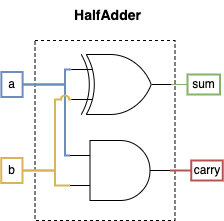
Before: course1/project2/diagrams/halfadder.png, a diagram exported from draw.io (pwbrown/nand2tetris). Source tidied: cells renumbered, new cells last; positions are measured from the earlier drawing's top-left corner, leaving out a move shared by most shapes. Its diagram source:
```xml
<mxGraphModel>
  <root>
    <mxCell id="0" />
    <mxCell id="1" parent="0" />
    <mxCell id="2" value="&lt;font style=&quot;font-size: 14px;&quot;&gt;&lt;b&gt;HalfAdder&lt;/b&gt;&lt;/font&gt;" style="text;html=1;align=center;verticalAlign=middle;whiteSpace=wrap;rounded=0;" parent="1" vertex="1">
      <mxGeometry x="58.5" width="95" height="30" as="geometry" />
    </mxCell>
    <mxCell id="3" style="rounded=0;whiteSpace=wrap;html=1;dashed=1;" parent="1" vertex="1">
      <mxGeometry x="33.5" y="40" width="140" height="180" as="geometry" />
    </mxCell>
    <mxCell id="4" value="b" style="text;html=1;align=center;verticalAlign=middle;whiteSpace=wrap;rounded=0;fillColor=none;strokeColor=#d6b656;strokeWidth=2;" parent="1" vertex="1">
      <mxGeometry x="-0.2" y="157.5" width="21.2" height="25" as="geometry" />
    </mxCell>
    <mxCell id="5" value="sum" style="text;html=1;align=center;verticalAlign=middle;whiteSpace=wrap;rounded=0;fillColor=none;strokeColor=#82b366;strokeWidth=2;" parent="1" vertex="1">
      <mxGeometry x="186" y="74" width="32.5" height="20" as="geometry" />
    </mxCell>
    <mxCell id="6" style="edgeStyle=orthogonalEdgeStyle;shape=connector;rounded=0;orthogonalLoop=1;jettySize=auto;html=1;exitX=1;exitY=0.5;exitDx=0;exitDy=0;exitPerimeter=0;entryX=0;entryY=0.75;entryDx=0;entryDy=0;entryPerimeter=0;strokeColor=default;align=center;verticalAlign=middle;fontFamily=Helvetica;fontSize=11;fontColor=default;labelBackgroundColor=default;startFill=0;endArrow=none;" parent="1" edge="1">
      <mxGeometry relative="1" as="geometry">
        <mxPoint x="182.9" y="75" as="sourcePoint" />
        <mxPoint x="182.9" y="75" as="targetPoint" />
      </mxGeometry>
    </mxCell>
    <mxCell id="7" value="carry" style="text;html=1;align=center;verticalAlign=middle;whiteSpace=wrap;rounded=0;fillColor=none;strokeColor=#b85450;strokeWidth=2;" parent="1" vertex="1">
      <mxGeometry x="189.8" y="160" width="31.5" height="20" as="geometry" />
    </mxCell>
    <mxCell id="8" value="a" style="text;html=1;align=center;verticalAlign=middle;whiteSpace=wrap;rounded=0;fillColor=none;strokeColor=#6c8ebf;strokeWidth=2;" parent="1" vertex="1">
      <mxGeometry x="-0.1" y="71.5" width="21.2" height="25" as="geometry" />
    </mxCell>
    <mxCell id="9" style="edgeStyle=orthogonalEdgeStyle;shape=connector;rounded=0;jettySize=auto;html=1;exitX=1;exitY=0.5;exitDx=0;exitDy=0;exitPerimeter=0;entryX=0;entryY=0.5;entryDx=0;entryDy=0;strokeColor=#82b366;align=center;verticalAlign=middle;fontFamily=Helvetica;fontSize=11;fontColor=default;labelBackgroundColor=default;startFill=0;endArrow=none;fillColor=#d5e8d4;" parent="1" edge="1" source="10" target="5">
      <mxGeometry relative="1" as="geometry" />
    </mxCell>
    <mxCell id="10" style="verticalLabelPosition=bottom;shadow=0;dashed=0;align=center;html=1;verticalAlign=top;shape=mxgraph.electrical.logic_gates.logic_gate;operation=xor;" parent="1" vertex="1">
      <mxGeometry x="69.8" y="54" width="100" height="60" as="geometry" />
    </mxCell>
    <mxCell id="11" style="edgeStyle=orthogonalEdgeStyle;shape=connector;rounded=0;jettySize=auto;html=1;exitX=1;exitY=0.5;exitDx=0;exitDy=0;exitPerimeter=0;entryX=0;entryY=0.5;entryDx=0;entryDy=0;strokeColor=#b85450;align=center;verticalAlign=middle;fontFamily=Helvetica;fontSize=11;fontColor=default;labelBackgroundColor=default;startFill=0;endArrow=none;fillColor=#f8cecc;strokeWidth=2;" parent="1" edge="1" source="12" target="7">
      <mxGeometry relative="1" as="geometry" />
    </mxCell>
    <mxCell id="12" style="verticalLabelPosition=bottom;shadow=0;dashed=0;align=center;html=1;verticalAlign=top;shape=mxgraph.electrical.logic_gates.logic_gate;operation=and;" parent="1" vertex="1">
      <mxGeometry x="68.5" y="140" width="100" height="60" as="geometry" />
    </mxCell>
    <mxCell id="13" style="edgeStyle=orthogonalEdgeStyle;rounded=0;jettySize=auto;html=1;exitX=1;exitY=0.5;exitDx=0;exitDy=0;entryX=0;entryY=0.25;entryDx=0;entryDy=0;entryPerimeter=0;endArrow=none;startFill=0;fillColor=#dae8fc;strokeColor=#6c8ebf;strokeWidth=2;" parent="1" edge="1" source="8" target="10">
      <mxGeometry relative="1" as="geometry">
        <Array as="points">
          <mxPoint x="63.5" y="84" />
          <mxPoint x="63.5" y="69" />
        </Array>
      </mxGeometry>
    </mxCell>
    <mxCell id="14" style="edgeStyle=orthogonalEdgeStyle;shape=connector;rounded=0;jettySize=auto;html=1;exitX=1;exitY=0.5;exitDx=0;exitDy=0;entryX=0;entryY=0.25;entryDx=0;entryDy=0;entryPerimeter=0;strokeColor=#6c8ebf;align=center;verticalAlign=middle;fontFamily=Helvetica;fontSize=11;fontColor=default;labelBackgroundColor=default;startFill=0;endArrow=none;fillColor=#dae8fc;strokeWidth=2;" parent="1" edge="1" source="8" target="12">
      <mxGeometry relative="1" as="geometry">
        <Array as="points">
          <mxPoint x="63.5" y="84" />
          <mxPoint x="63.5" y="155" />
        </Array>
      </mxGeometry>
    </mxCell>
    <mxCell id="15" style="edgeStyle=orthogonalEdgeStyle;shape=connector;rounded=0;jettySize=auto;html=1;exitX=1;exitY=0.5;exitDx=0;exitDy=0;entryX=0;entryY=0.75;entryDx=0;entryDy=0;entryPerimeter=0;strokeColor=#d6b656;align=center;verticalAlign=middle;fontFamily=Helvetica;fontSize=11;fontColor=default;labelBackgroundColor=default;startFill=0;endArrow=none;fillColor=#fff2cc;strokeWidth=2;" parent="1" edge="1" source="4" target="12">
      <mxGeometry relative="1" as="geometry">
        <Array as="points">
          <mxPoint x="53.5" y="170" />
          <mxPoint x="53.5" y="185" />
        </Array>
      </mxGeometry>
    </mxCell>
    <mxCell id="16" style="edgeStyle=orthogonalEdgeStyle;shape=connector;rounded=0;jettySize=auto;html=1;exitX=1;exitY=0.5;exitDx=0;exitDy=0;entryX=0;entryY=0.75;entryDx=0;entryDy=0;entryPerimeter=0;strokeColor=#d6b656;align=center;verticalAlign=middle;fontFamily=Helvetica;fontSize=11;fontColor=default;labelBackgroundColor=default;startFill=0;endArrow=none;jumpStyle=arc;fillColor=#fff2cc;strokeWidth=2;" parent="1" edge="1" source="4" target="10">
      <mxGeometry relative="1" as="geometry">
        <Array as="points">
          <mxPoint x="53.5" y="170" />
          <mxPoint x="53.5" y="99" />
        </Array>
      </mxGeometry>
    </mxCell>
  </root>
</mxGraphModel>
```
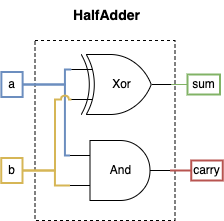
The same diagram one commit later.

Diff of the diagram source:
```diff
@@ -29,13 +29,13 @@
     <mxCell id="9" style="edgeStyle=orthogonalEdgeStyle;shape=connector;rounded=0;jettySize=auto;html=1;exitX=1;exitY=0.5;exitDx=0;exitDy=0;exitPerimeter=0;entryX=0;entryY=0.5;entryDx=0;entryDy=0;strokeColor=#82b366;align=center;verticalAlign=middle;fontFamily=Helvetica;fontSize=11;fontColor=default;labelBackgroundColor=default;startFill=0;endArrow=none;fillColor=#d5e8d4;" parent="1" edge="1" source="10" target="5">
       <mxGeometry relative="1" as="geometry" />
     </mxCell>
-    <mxCell id="10" style="verticalLabelPosition=bottom;shadow=0;dashed=0;align=center;html=1;verticalAlign=top;shape=mxgraph.electrical.logic_gates.logic_gate;operation=xor;" parent="1" vertex="1">
+    <mxCell id="10" value="Xor" style="verticalLabelPosition=middle;shadow=0;dashed=0;align=center;html=1;verticalAlign=middle;shape=mxgraph.electrical.logic_gates.logic_gate;operation=xor;labelPosition=center;" parent="1" vertex="1">
       <mxGeometry x="69.8" y="54" width="100" height="60" as="geometry" />
     </mxCell>
     <mxCell id="11" style="edgeStyle=orthogonalEdgeStyle;shape=connector;rounded=0;jettySize=auto;html=1;exitX=1;exitY=0.5;exitDx=0;exitDy=0;exitPerimeter=0;entryX=0;entryY=0.5;entryDx=0;entryDy=0;strokeColor=#b85450;align=center;verticalAlign=middle;fontFamily=Helvetica;fontSize=11;fontColor=default;labelBackgroundColor=default;startFill=0;endArrow=none;fillColor=#f8cecc;strokeWidth=2;" parent="1" edge="1" source="12" target="7">
       <mxGeometry relative="1" as="geometry" />
     </mxCell>
-    <mxCell id="12" style="verticalLabelPosition=bottom;shadow=0;dashed=0;align=center;html=1;verticalAlign=top;shape=mxgraph.electrical.logic_gates.logic_gate;operation=and;" parent="1" vertex="1">
+    <mxCell id="12" value="And" style="verticalLabelPosition=middle;shadow=0;dashed=0;align=center;html=1;verticalAlign=middle;shape=mxgraph.electrical.logic_gates.logic_gate;operation=and;labelPosition=center;" parent="1" vertex="1">
       <mxGeometry x="68.5" y="140" width="100" height="60" as="geometry" />
     </mxCell>
     <mxCell id="13" style="edgeStyle=orthogonalEdgeStyle;rounded=0;jettySize=auto;html=1;exitX=1;exitY=0.5;exitDx=0;exitDy=0;entryX=0;entryY=0.25;entryDx=0;entryDy=0;entryPerimeter=0;endArrow=none;startFill=0;fillColor=#dae8fc;strokeColor=#6c8ebf;strokeWidth=2;" parent="1" edge="1" source="8" target="10">
```
